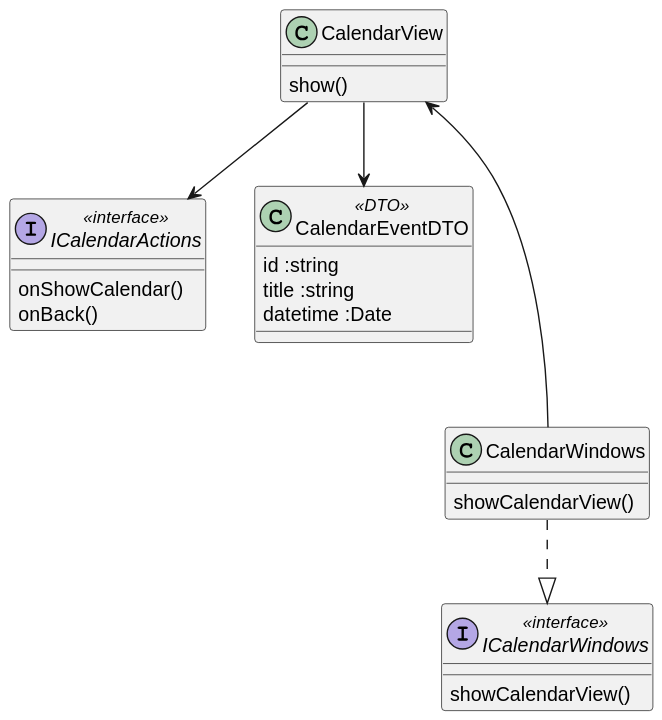
Above: diagrams/frontend/rendered/calendar-view.svg in Igor-Ochocki/POP-2026Z (PlantUML), before the change. Its diagram source:
```plantuml
@startuml
class CalendarView {
show()
}

interface ICalendarActions <<interface>> {
onShowCalendar()
onBack()
}

ICalendarActions <-u- CalendarView

CalendarView --> CalendarEventDTO

class CalendarEventDTO <<DTO>> {
id :string
title :string
datetime :Date
}

interface ICalendarWindows <<interface>> {
showCalendarView()
}

class CalendarWindows {
showCalendarView()
}

CalendarWindows .d.|> ICalendarWindows
CalendarWindows --u-> CalendarView
@enduml
```
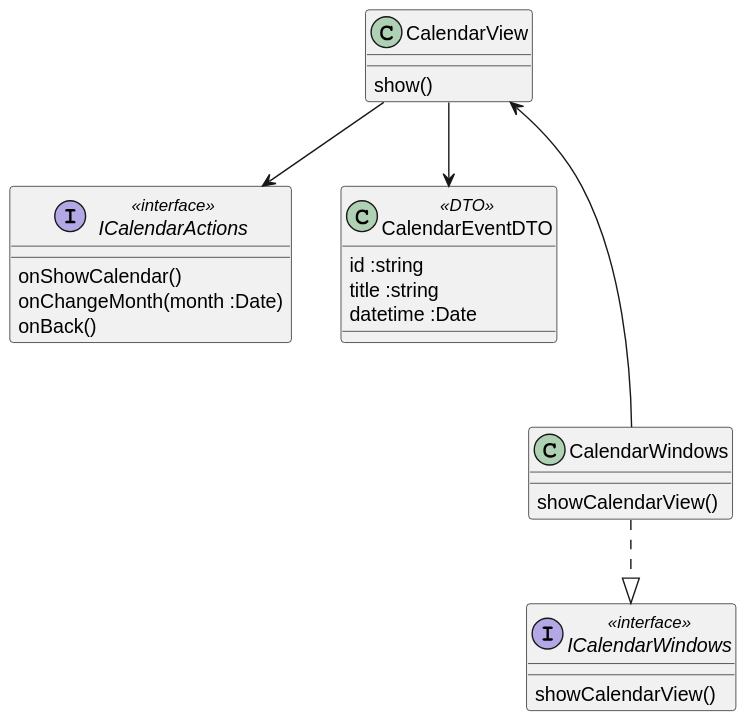
Later version of the same file.

Diff of the diagram source:
```diff
@@ -5,6 +5,7 @@
 
 interface ICalendarActions <<interface>> {
 onShowCalendar()
+onChangeMonth(month :Date)
 onBack()
 }
 
```
